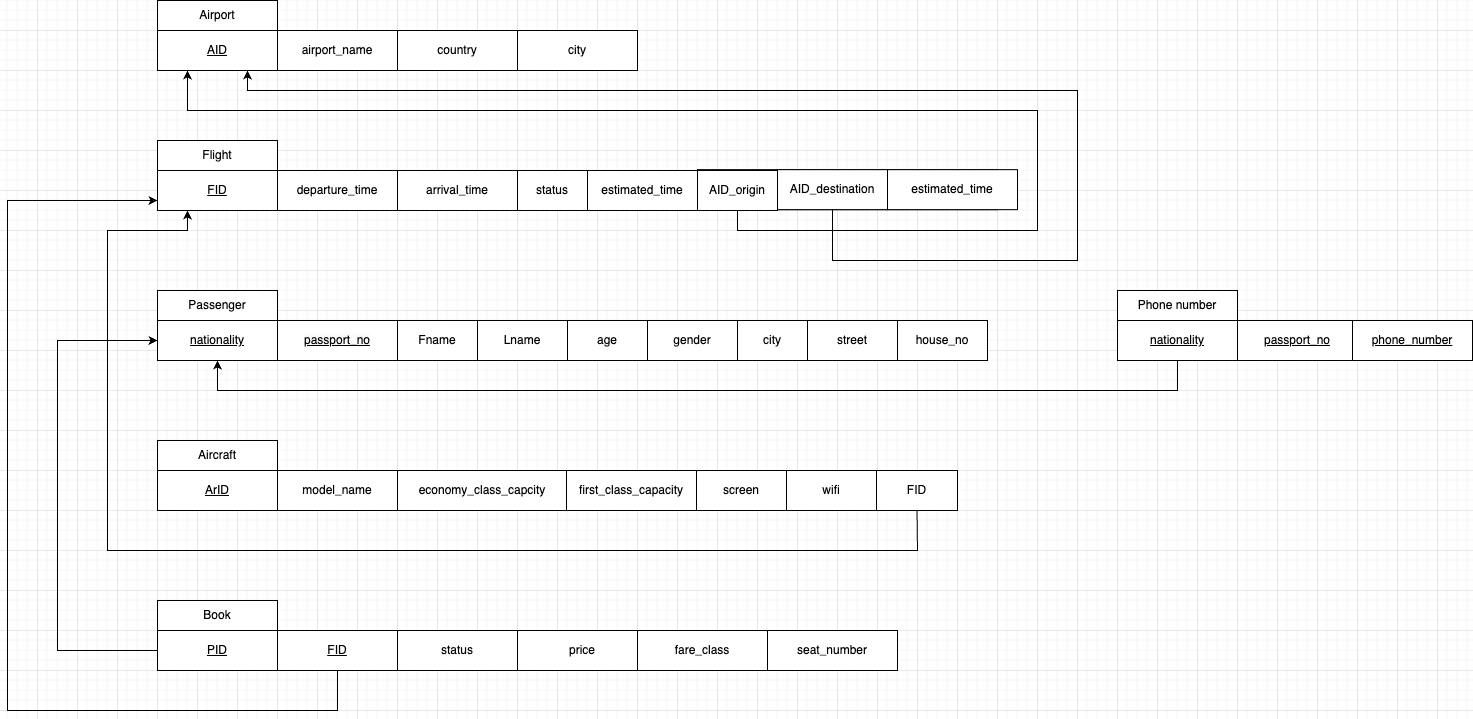
Before: Relational-shcema.png, a diagram exported from draw.io (AbdullahKhkmba/Airport-DBMS). Source tidied: cells renumbered, new cells last; positions are measured from the earlier drawing's top-left corner, leaving out a move shared by most shapes.
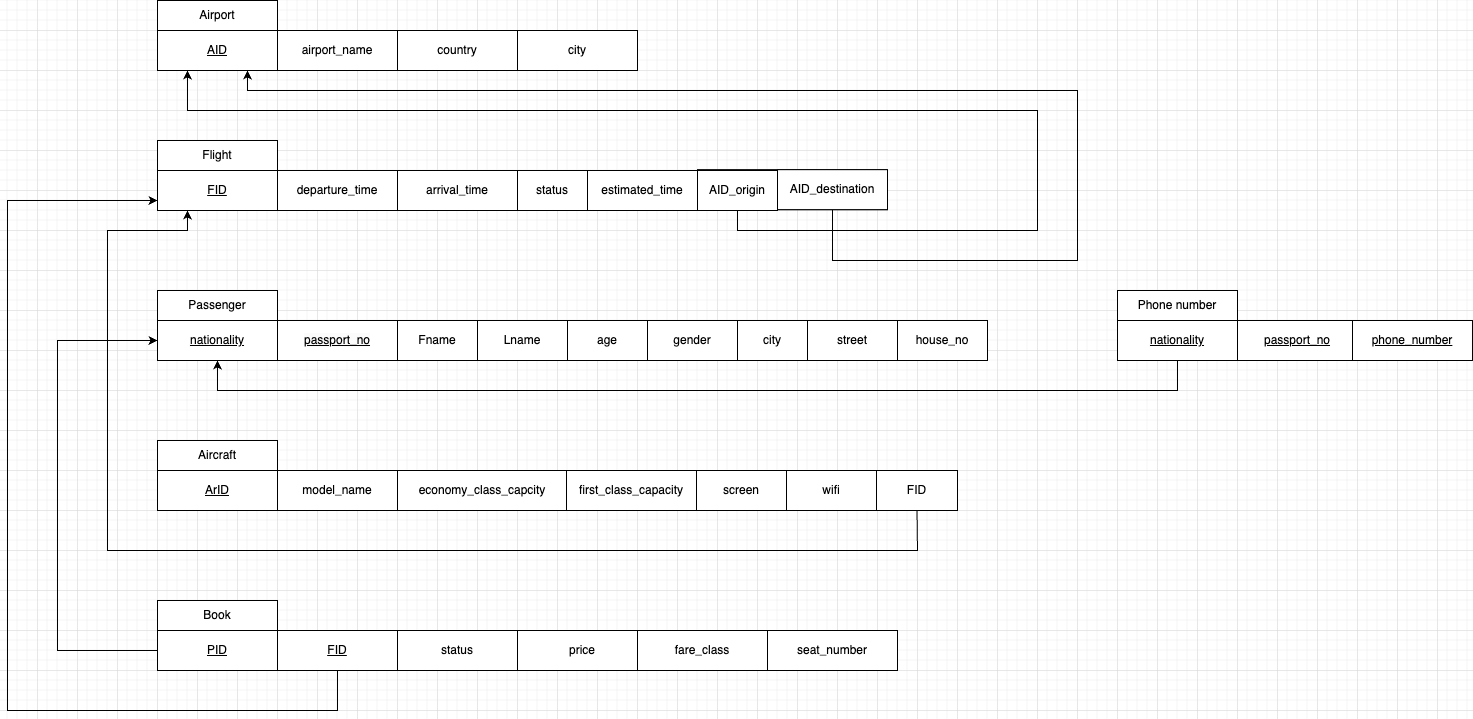
The same diagram one commit later.

The edit, as a diff of the source:
```diff
@@ -176,7 +176,7 @@
       </mxGeometry>
     </mxCell>
     <mxCell id="52" style="rounded=0;whiteSpace=wrap;html=1;" parent="1" vertex="1">
-      <mxGeometry x="690" y="169.2" width="300" height="40" as="geometry" />
+      <mxGeometry x="690" y="169.2" width="190" height="40" as="geometry" />
     </mxCell>
     <mxCell id="53" style="edgeStyle=orthogonalEdgeStyle;rounded=0;orthogonalLoop=1;jettySize=auto;html=1;exitX=0.5;exitY=1;exitDx=0;exitDy=0;" parent="1" edge="1" source="52" target="52">
       <mxGeometry relative="1" as="geometry" />
@@ -187,9 +187,6 @@
     <mxCell id="55" value="AID_destination" style="rounded=0;whiteSpace=wrap;html=1;" parent="1" vertex="1">
       <mxGeometry x="770" y="169.2" width="110" height="40" as="geometry" />
     </mxCell>
-    <mxCell id="56" value="estimated_time" style="rounded=0;whiteSpace=wrap;html=1;" parent="1" vertex="1">
-      <mxGeometry x="880" y="169.2" width="130" height="40" as="geometry" />
-    </mxCell>
     <mxCell id="57" style="endArrow=classic;html=1;rounded=0;exitX=0.5;exitY=1;exitDx=0;exitDy=0;entryX=0.5;entryY=1;entryDx=0;entryDy=0;" parent="1" edge="1" source="37" target="18">
       <mxGeometry relative="1" as="geometry">
         <Array as="points">
```
